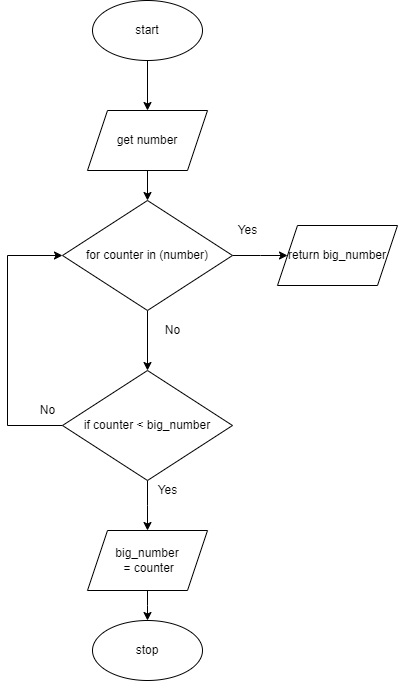
Above: flowchart.png in Huzaifa-Khalid-2/ICS3U-Unit6-02-Python (draw.io), before the change. Source tidied: cells renumbered, new cells last; positions are measured from the earlier drawing's top-left corner, leaving out a move shared by most shapes.
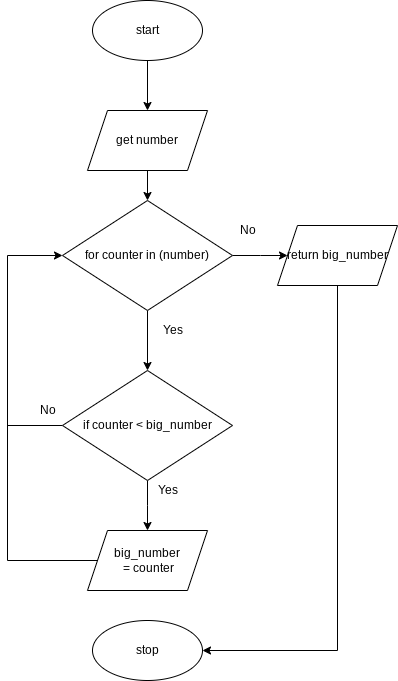
Later version of the same file.

The edit, as a diff of the source:
```diff
@@ -40,29 +40,42 @@
     <mxCell id="11" value="if counter &amp;lt; big_number" style="rhombus;whiteSpace=wrap;html=1;" parent="1" vertex="1">
       <mxGeometry x="55" y="370" width="170" height="110" as="geometry" />
     </mxCell>
+    <mxCell id="20" style="edgeStyle=elbowEdgeStyle;rounded=0;elbow=vertical;html=1;entryX=1;entryY=0.5;entryDx=0;entryDy=0;" parent="1" edge="1" source="12" target="19">
+      <mxGeometry relative="1" as="geometry">
+        <Array as="points">
+          <mxPoint x="330" y="650" />
+          <mxPoint x="330" y="560" />
+        </Array>
+      </mxGeometry>
+    </mxCell>
     <mxCell id="12" value="return big_number" style="shape=parallelogram;perimeter=parallelogramPerimeter;whiteSpace=wrap;html=1;fixedSize=1;" parent="1" vertex="1">
       <mxGeometry x="270" y="225" width="120" height="60" as="geometry" />
     </mxCell>
-    <mxCell id="13" value="No" style="text;html=1;align=center;verticalAlign=middle;strokeColor=none;fillColor=none;" parent="1" vertex="1">
-      <mxGeometry x="150" y="320" width="30" height="20" as="geometry" />
+    <mxCell id="13" value="Yes" style="text;html=1;align=center;verticalAlign=middle;strokeColor=none;fillColor=none;" parent="1" vertex="1">
+      <mxGeometry x="145" y="320" width="40" height="20" as="geometry" />
     </mxCell>
     <mxCell id="14" value="No" style="text;html=1;align=center;verticalAlign=middle;strokeColor=none;fillColor=none;" parent="1" vertex="1">
       <mxGeometry x="25" y="400" width="30" height="20" as="geometry" />
     </mxCell>
-    <mxCell id="15" value="Yes" style="text;html=1;align=center;verticalAlign=middle;strokeColor=none;fillColor=none;" parent="1" vertex="1">
-      <mxGeometry x="220" y="220" width="40" height="20" as="geometry" />
+    <mxCell id="15" value="No" style="text;html=1;align=center;verticalAlign=middle;strokeColor=none;fillColor=none;" parent="1" vertex="1">
+      <mxGeometry x="225" y="220" width="30" height="20" as="geometry" />
     </mxCell>
     <mxCell id="16" value="Yes" style="text;html=1;align=center;verticalAlign=middle;strokeColor=none;fillColor=none;" parent="1" vertex="1">
       <mxGeometry x="140" y="480" width="40" height="20" as="geometry" />
     </mxCell>
-    <mxCell id="17" style="edgeStyle=elbowEdgeStyle;rounded=0;html=1;" parent="1" edge="1" source="18" target="19">
-      <mxGeometry relative="1" as="geometry" />
-    </mxCell>
     <mxCell id="18" value="big_number&lt;br&gt;&amp;nbsp;= counter" style="shape=parallelogram;perimeter=parallelogramPerimeter;whiteSpace=wrap;html=1;fixedSize=1;" parent="1" vertex="1">
       <mxGeometry x="80" y="530" width="120" height="60" as="geometry" />
     </mxCell>
     <mxCell id="19" value="stop" style="ellipse;whiteSpace=wrap;html=1;" parent="1" vertex="1">
       <mxGeometry x="85" y="620" width="110" height="60" as="geometry" />
     </mxCell>
+    <mxCell id="21" style="endArrow=none;html=1;rounded=0;elbow=vertical;exitX=0;exitY=0.5;exitDx=0;exitDy=0;" parent="1" edge="1" source="18">
+      <mxGeometry relative="1" as="geometry">
+        <mxPoint y="420" as="targetPoint" />
+        <Array as="points">
+          <mxPoint y="560" />
+        </Array>
+      </mxGeometry>
+    </mxCell>
   </root>
 </mxGraphModel>
```
